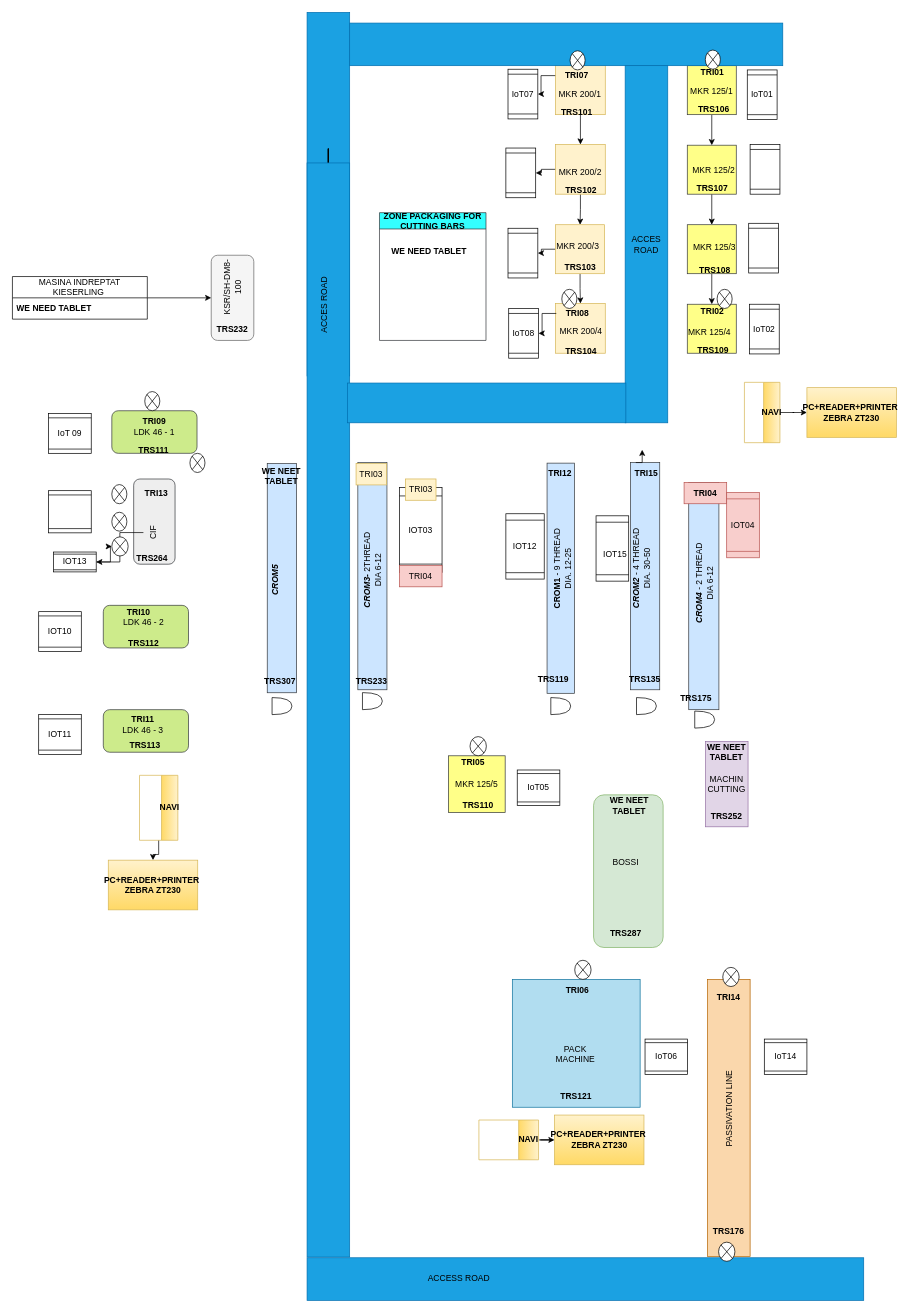
Earlier version of the draw.io diagram page "Page-2" (2 of 2) of Untitled Diagram.drawio (TomaAndreeaCristina/proiect_final). Source tidied: cells renumbered, new cells numbered last; positions are measured from the earlier drawing's top-left corner, leaving out a move shared by most shapes. Both pictures are drawn from the tidied source at 71%, with x=0, y=0 at pixel (-219, 23).
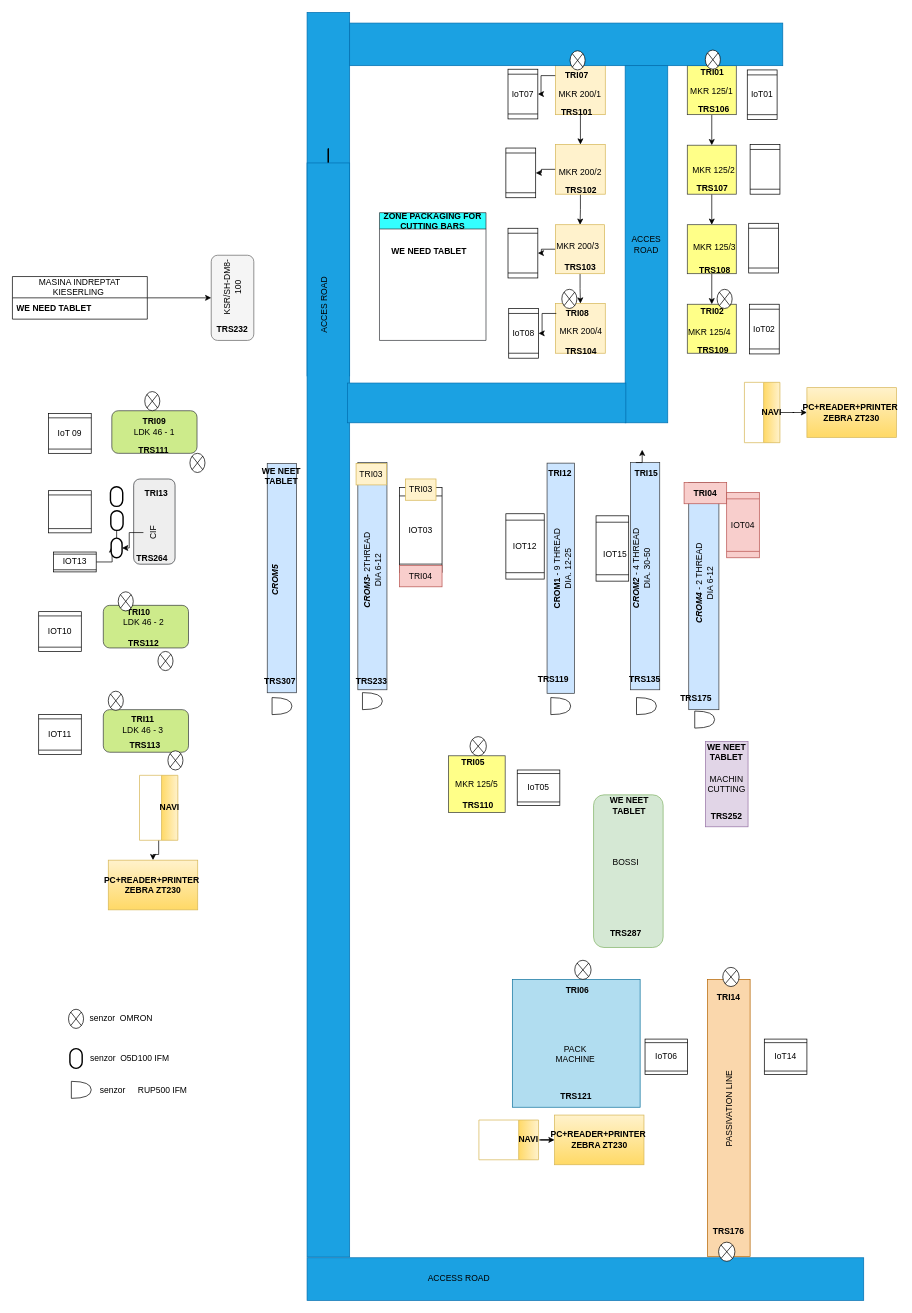
After the change.

The change refers to these unchanged cells:
```xml
<mxCell id="66" value="CIF" style="text;html=1;align=center;verticalAlign=middle;whiteSpace=wrap;rounded=0;rotation=-90;" parent="1" vertex="1">
  <mxGeometry x="494" y="703.1" width="60" height="29" as="geometry" />
</mxCell>
<mxCell id="134" value="IOT13" style="shape=process;whiteSpace=wrap;html=1;backgroundOutline=1;direction=south;" parent="1" vertex="1">
  <mxGeometry x="383" y="745" width="60" height="28" as="geometry" />
</mxCell>
```

Change to the diagram source:
```diff
@@
-    <mxCell id="65" style="edgeStyle=orthogonalEdgeStyle;rounded=0;jettySize=auto;html=1;" parent="1" edge="1" source="66" target="134">
-      <mxGeometry relative="1" as="geometry" />
-    </mxCell>
@@
-    <mxCell id="133" style="edgeStyle=orthogonalEdgeStyle;rounded=0;jettySize=auto;html=1;" parent="1" edge="1" source="134" target="156">
-      <mxGeometry relative="1" as="geometry" />
+    <mxCell id="133" style="edgeStyle=orthogonalEdgeStyle;rounded=0;jettySize=auto;html=1;" parent="1" edge="1" source="134">
+      <mxGeometry relative="1" as="geometry">
+        <mxPoint x="465" y="737.1" as="targetPoint" />
+      </mxGeometry>
     </mxCell>
@@
-    <mxCell id="156" style="verticalLabelPosition=bottom;verticalAlign=top;html=1;shape=mxgraph.flowchart.or;" parent="1" vertex="1">
-      <mxGeometry x="465" y="723.6" width="23" height="27" as="geometry" />
-    </mxCell>
-    <mxCell id="157" style="verticalLabelPosition=bottom;verticalAlign=top;html=1;shape=mxgraph.flowchart.or;" parent="1" vertex="1">
-      <mxGeometry x="465" y="689" width="21.2" height="26.6" as="geometry" />
-    </mxCell>
-    <mxCell id="158" style="verticalLabelPosition=bottom;verticalAlign=top;html=1;shape=mxgraph.flowchart.or;" parent="1" vertex="1">
-      <mxGeometry x="465" y="650" width="21.2" height="27" as="geometry" />
-    </mxCell>
@@
+    <mxCell id="170" style="edgeStyle=orthogonalEdgeStyle;rounded=0;jettySize=auto;html=1;" parent="1" edge="1" source="66" target="172">
+      <mxGeometry relative="1" as="geometry" />
+    </mxCell>
+    <mxCell id="171" style="edgeStyle=orthogonalEdgeStyle;rounded=0;jettySize=auto;html=1;" parent="1" edge="1" source="172" target="173">
+      <mxGeometry relative="1" as="geometry" />
+    </mxCell>
+    <mxCell id="172" style="strokeWidth=2;html=1;shape=mxgraph.flowchart.terminator;whiteSpace=wrap;rotation=90;" parent="1" vertex="1">
+      <mxGeometry x="457.9" y="731.6" width="27.7" height="15.4" as="geometry" />
+    </mxCell>
+    <mxCell id="173" style="strokeWidth=2;html=1;shape=mxgraph.flowchart.terminator;whiteSpace=wrap;rotation=90;" parent="1" vertex="1">
+      <mxGeometry x="458.3" y="692" width="27.8" height="17.3" as="geometry" />
+    </mxCell>
+    <mxCell id="174" style="strokeWidth=2;html=1;shape=mxgraph.flowchart.terminator;whiteSpace=wrap;rotation=90;" parent="1" vertex="1">
+      <mxGeometry x="457.8" y="658.2" width="27.8" height="17.3" as="geometry" />
+    </mxCell>
+    <mxCell id="175" style="verticalLabelPosition=bottom;verticalAlign=top;html=1;shape=mxgraph.flowchart.or;" parent="1" vertex="1">
+      <mxGeometry x="474" y="801" width="21.2" height="27" as="geometry" />
+    </mxCell>
+    <mxCell id="176" style="verticalLabelPosition=bottom;verticalAlign=top;html=1;shape=mxgraph.flowchart.or;" parent="1" vertex="1">
+      <mxGeometry x="530" y="885" width="21.2" height="27" as="geometry" />
+    </mxCell>
+    <mxCell id="177" style="verticalLabelPosition=bottom;verticalAlign=top;html=1;shape=mxgraph.flowchart.or;" parent="1" vertex="1">
+      <mxGeometry x="460" y="941" width="21.2" height="27" as="geometry" />
+    </mxCell>
+    <mxCell id="178" style="verticalLabelPosition=bottom;verticalAlign=top;html=1;shape=mxgraph.flowchart.or;" parent="1" vertex="1">
+      <mxGeometry x="544" y="1025" width="21.2" height="27" as="geometry" />
+    </mxCell>
+    <mxCell id="179" style="verticalLabelPosition=bottom;verticalAlign=top;html=1;shape=mxgraph.flowchart.or;" parent="1" vertex="1">
+      <mxGeometry x="404" y="1389" width="21.2" height="27" as="geometry" />
+    </mxCell>
+    <mxCell id="180" value="senzor&amp;nbsp;&amp;nbsp;OMRON&amp;nbsp;" style="text;html=1;whiteSpace=wrap;strokeColor=none;fillColor=none;align=center;verticalAlign=middle;rounded=0;" parent="1" vertex="1">
+      <mxGeometry x="449.4" y="1387" width="62" height="30" as="geometry" />
+    </mxCell>
+    <mxCell id="181" style="strokeWidth=2;html=1;shape=mxgraph.flowchart.terminator;whiteSpace=wrap;rotation=90;" parent="1" vertex="1">
+      <mxGeometry x="400.7" y="1449.7" width="27.8" height="17.3" as="geometry" />
+    </mxCell>
+    <mxCell id="182" value="senzor&amp;nbsp;&amp;nbsp;O5D100 IFM&amp;nbsp;" style="text;html=1;whiteSpace=wrap;strokeColor=none;fillColor=none;align=center;verticalAlign=middle;rounded=0;" parent="1" vertex="1">
+      <mxGeometry x="422" y="1444.4" width="140" height="28" as="geometry" />
+    </mxCell>
+    <mxCell id="183" style="shape=or;whiteSpace=wrap;html=1;" parent="1" vertex="1">
+      <mxGeometry x="408" y="1490.5" width="28" height="24" as="geometry" />
+    </mxCell>
+    <mxCell id="184" value="senzor&lt;span style=&quot;white-space: pre;&quot;&gt;&#9;&lt;/span&gt;RUP500 IFM" style="text;html=1;whiteSpace=wrap;strokeColor=none;fillColor=none;align=center;verticalAlign=middle;rounded=0;" parent="1" vertex="1">
+      <mxGeometry x="433" y="1488.5" width="154" height="28" as="geometry" />
+    </mxCell>
```
